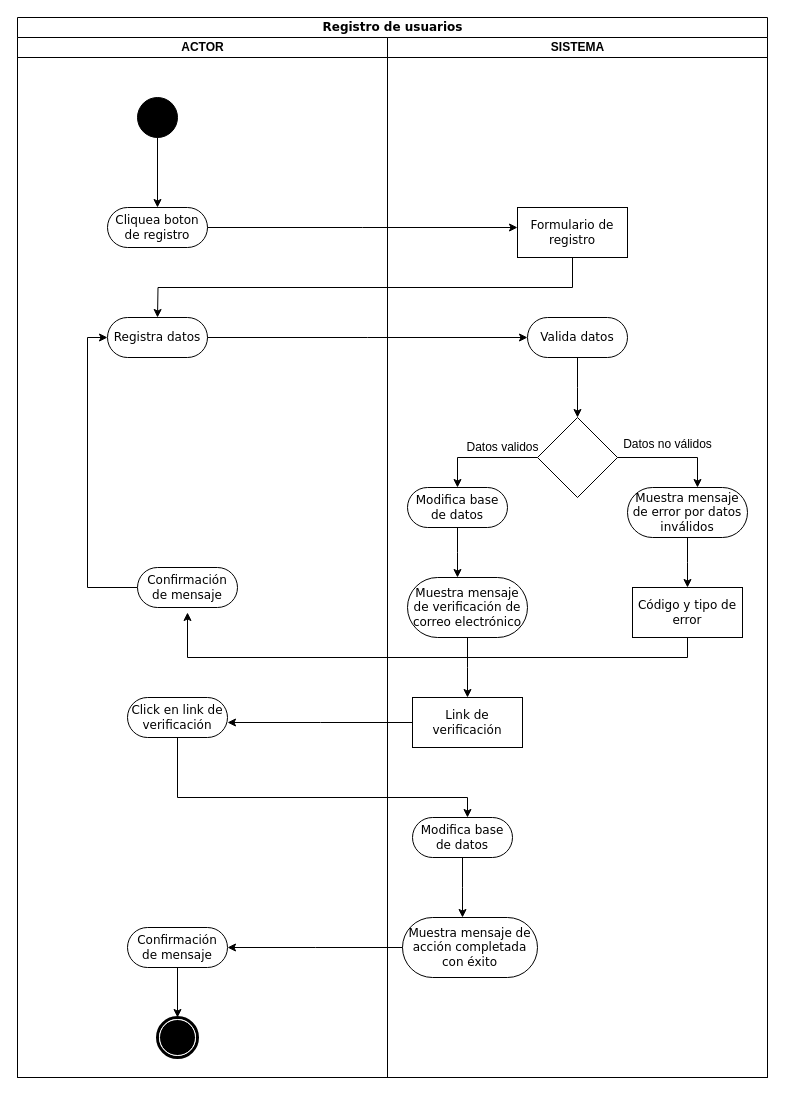
This is page "Registro" (1 of 3) of MET/Registro.drawio from NeutronBlast/IS-Ex, a draw.io file, before an edit. Source tidied: cells renumbered, new cells numbered last; positions are measured from the earlier drawing's top-left corner, leaving out a move shared by most shapes. Both pictures are drawn from the tidied source at 100%, with x=0, y=0 at pixel (17, 17).
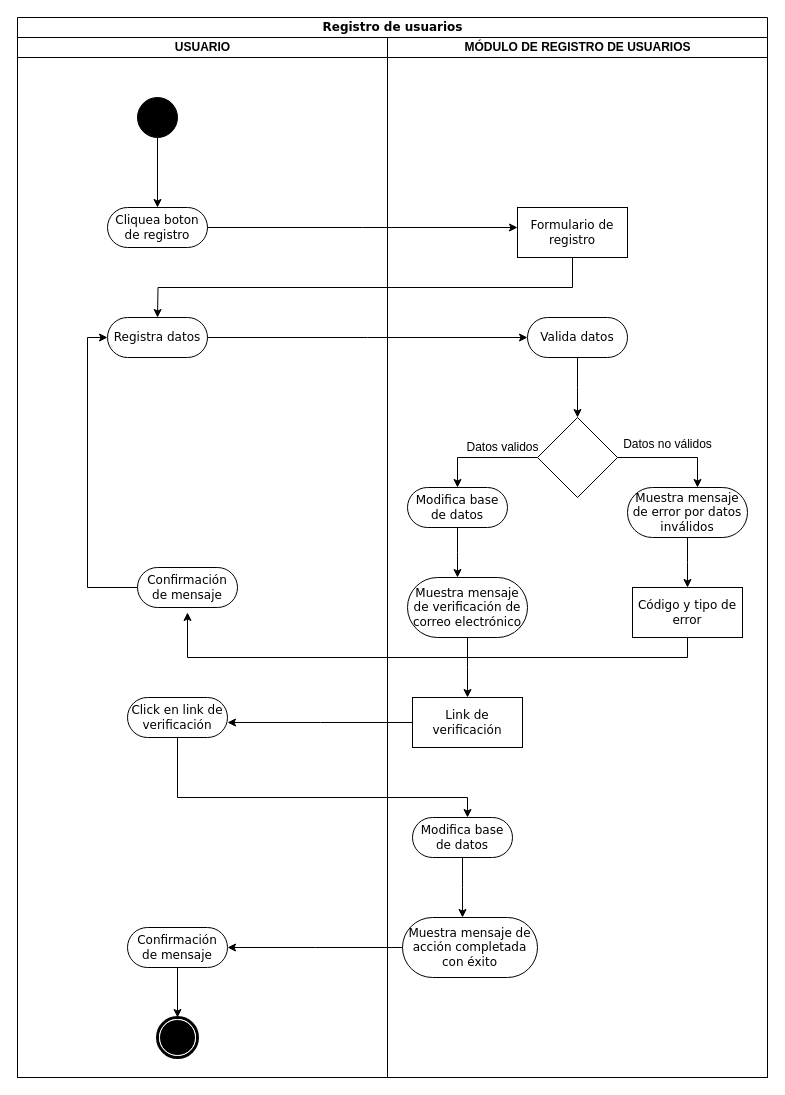
Above is the later version.

Unchanged cells that the change refers to:
```xml
<mxCell id="2" value="Registro de usuarios" style="swimlane;html=1;startSize=20;rounded=0;shadow=0;comic=0;labelBackgroundColor=none;strokeWidth=1;fontFamily=Verdana;fontSize=12;align=center;" parent="1" vertex="1">
  <mxGeometry width="750" height="1060" as="geometry" />
</mxCell>
```

What changed in the source:
```diff
@@
-    <mxCell id="3" value="ACTOR" style="swimlane;html=1;startSize=20;" parent="2" vertex="1">
+    <mxCell id="3" value="USUARIO" style="swimlane;html=1;startSize=20;" parent="2" vertex="1">
       <mxGeometry y="20" width="370" height="1040" as="geometry" />
     </mxCell>
@@
-    <mxCell id="14" value="SISTEMA" style="swimlane;html=1;startSize=20;" parent="2" vertex="1">
+    <mxCell id="14" value="MÓDULO DE REGISTRO DE USUARIOS" style="swimlane;html=1;startSize=20;" parent="2" vertex="1">
       <mxGeometry x="370" y="20" width="380" height="1040" as="geometry" />
     </mxCell>
```
